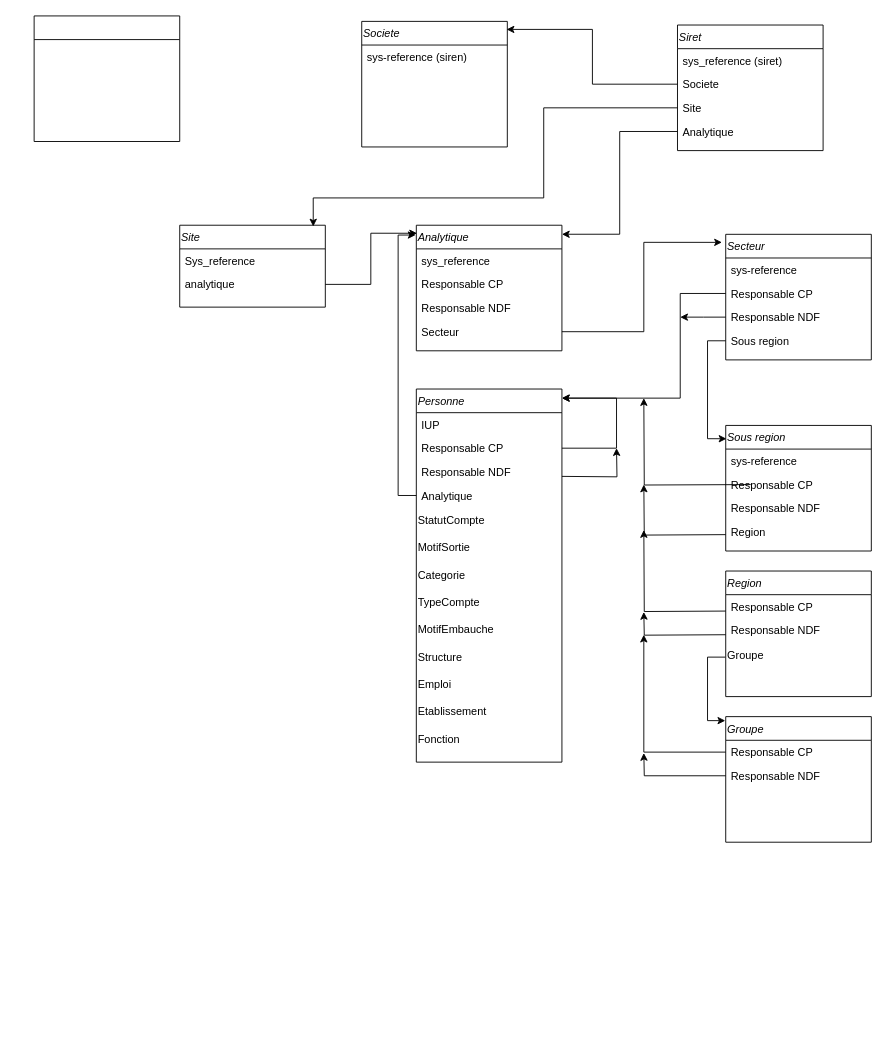
This is Diagramme sans nom.drawio from Jlassalle/hello-world, a draw.io file, before an edit. Source tidied: cells renumbered, new cells numbered last; positions are measured from the earlier drawing's top-left corner, leaving out a move shared by most shapes. Both pictures are drawn from the tidied source at 91%, with x=0, y=0 at pixel (34, 15).
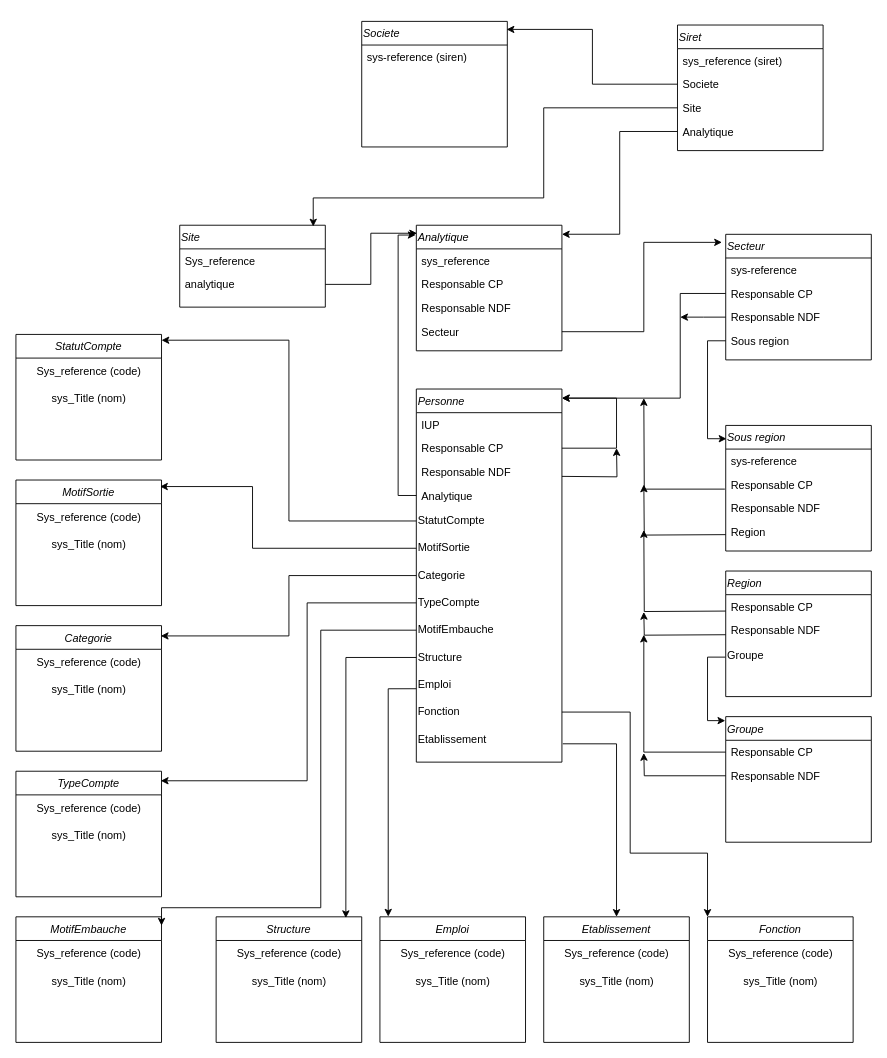
The same page after the edit.

Commit message (it also covers changes not shown here):
Mettre à jour Diagramme sans nom.drawio

The change refers to these unchanged cells:
```xml
<mxCell id="7" value="Personne" style="swimlane;fontStyle=2;align=left;verticalAlign=top;horizontal=1;startSize=26;rounded=0;shadow=0;strokeWidth=1;" parent="1" vertex="1">
  <mxGeometry x="420" y="410" width="160" height="410" as="geometry" />
</mxCell>
<mxCell id="13" value="StatutCompte" style="text;html=1;align=left;verticalAlign=middle;points=[];strokeColor=none;fillColor=none;" parent="7" vertex="1">
  <mxGeometry y="130" width="160" height="30" as="geometry" />
</mxCell>
<mxCell id="14" value="MotifSortie" style="text;html=1;align=left;verticalAlign=middle;points=[];strokeColor=none;fillColor=none;" parent="7" vertex="1">
  <mxGeometry y="160" width="160" height="30" as="geometry" />
</mxCell>
<mxCell id="15" value="Categorie" style="text;html=1;align=left;verticalAlign=middle;points=[];strokeColor=none;fillColor=none;" parent="7" vertex="1">
  <mxGeometry y="190" width="160" height="30" as="geometry" />
</mxCell>
<mxCell id="16" value="TypeCompte" style="text;html=1;align=left;verticalAlign=middle;points=[];strokeColor=none;fillColor=none;" parent="7" vertex="1">
  <mxGeometry y="220" width="160" height="30" as="geometry" />
</mxCell>
<mxCell id="17" value="MotifEmbauche" style="text;html=1;align=left;verticalAlign=middle;points=[];strokeColor=none;fillColor=none;" parent="7" vertex="1">
  <mxGeometry y="250" width="160" height="30" as="geometry" />
</mxCell>
<mxCell id="18" value="Structure" style="text;html=1;align=left;verticalAlign=middle;points=[];strokeColor=none;fillColor=none;" parent="7" vertex="1">
  <mxGeometry y="280" width="160" height="30" as="geometry" />
</mxCell>
<mxCell id="19" value="Emploi" style="text;html=1;align=left;verticalAlign=middle;points=[];strokeColor=none;fillColor=none;" parent="7" vertex="1">
  <mxGeometry y="310" width="160" height="30" as="geometry" />
</mxCell>
<mxCell id="40" value="Responsable CP" style="text;align=left;verticalAlign=top;spacingLeft=4;spacingRight=4;overflow=hidden;points=[[0,0.5],[1,0.5]];portConstraint=eastwest;rounded=0;shadow=0;html=0;" parent="38" vertex="1">
  <mxGeometry y="52" width="160" height="26" as="geometry" />
</mxCell>
```

Change to the diagram source:
```diff
@@
+    <mxCell id="21" value="Fonction" style="text;html=1;align=left;verticalAlign=middle;points=[];strokeColor=none;fillColor=none;" parent="7" vertex="1">
+      <mxGeometry y="340" width="160" height="30" as="geometry" />
+    </mxCell>
     <mxCell id="20" value="Etablissement" style="text;html=1;align=left;verticalAlign=middle;points=[];strokeColor=none;fillColor=none;" parent="7" vertex="1">
-      <mxGeometry y="340" width="160" height="30" as="geometry" />
+      <mxGeometry y="370" width="160" height="30" as="geometry" />
     </mxCell>
-    <mxCell id="21" value="Fonction" style="text;html=1;align=left;verticalAlign=middle;points=[];strokeColor=none;fillColor=none;" parent="7" vertex="1">
-      <mxGeometry y="370" width="160" height="30" as="geometry" />
-    </mxCell>
@@
-    <mxCell id="37" style="swimlane;fontStyle=2;align=left;verticalAlign=top;horizontal=1;startSize=26;rounded=0;shadow=0;strokeWidth=1;" parent="1" vertex="1">
-      <mxGeometry width="160" height="138" as="geometry" />
-    </mxCell>
@@
-    <mxCell id="52" style="edgeStyle=orthogonalEdgeStyle;rounded=0;orthogonalLoop=1;jettySize=auto;html=1;align=left;" parent="1" edge="1">
+    <mxCell id="52" style="edgeStyle=orthogonalEdgeStyle;rounded=0;jettySize=auto;html=1;align=left;exitX=-0.006;exitY=0.692;exitDx=0;exitDy=0;exitPerimeter=0;" parent="1" edge="1" source="40">
       <mxGeometry relative="1" as="geometry">
-        <mxPoint x="787.4" y="515" as="sourcePoint" />
         <mxPoint x="670" y="420" as="targetPoint" />
       </mxGeometry>
     </mxCell>
@@
+    <mxCell id="67" value="StatutCompte" style="swimlane;fontStyle=2;align=center;verticalAlign=top;horizontal=1;startSize=26;rounded=0;shadow=0;strokeWidth=1;" parent="1" vertex="1">
+      <mxGeometry x="-20" y="350" width="160" height="138" as="geometry" />
+    </mxCell>
+    <mxCell id="68" value="Sys_reference (code)" style="text;html=1;align=center;verticalAlign=middle;strokeColor=none;fillColor=none;" parent="67" vertex="1">
+      <mxGeometry y="26" width="160" height="30" as="geometry" />
+    </mxCell>
+    <mxCell id="69" value="sys_Title (nom)" style="text;html=1;align=center;verticalAlign=middle;strokeColor=none;fillColor=none;" parent="67" vertex="1">
+      <mxGeometry y="56" width="160" height="30" as="geometry" />
+    </mxCell>
+    <mxCell id="70" value="MotifSortie" style="swimlane;fontStyle=2;align=center;verticalAlign=top;horizontal=1;startSize=26;rounded=0;shadow=0;strokeWidth=1;" parent="1" vertex="1">
+      <mxGeometry x="-20" y="510" width="160" height="138" as="geometry" />
+    </mxCell>
+    <mxCell id="71" value="Sys_reference (code)" style="text;html=1;align=center;verticalAlign=middle;strokeColor=none;fillColor=none;" parent="70" vertex="1">
+      <mxGeometry y="26" width="160" height="30" as="geometry" />
+    </mxCell>
+    <mxCell id="72" value="sys_Title (nom)" style="text;html=1;align=center;verticalAlign=middle;strokeColor=none;fillColor=none;" parent="70" vertex="1">
+      <mxGeometry y="56" width="160" height="30" as="geometry" />
+    </mxCell>
+    <mxCell id="73" value="Categorie" style="swimlane;fontStyle=2;align=center;verticalAlign=top;horizontal=1;startSize=26;rounded=0;shadow=0;strokeWidth=1;" parent="1" vertex="1">
+      <mxGeometry x="-20" y="670" width="160" height="138" as="geometry" />
+    </mxCell>
+    <mxCell id="74" value="Sys_reference (code)" style="text;html=1;align=center;verticalAlign=middle;strokeColor=none;fillColor=none;" parent="73" vertex="1">
+      <mxGeometry y="26" width="160" height="30" as="geometry" />
+    </mxCell>
+    <mxCell id="75" value="sys_Title (nom)" style="text;html=1;align=center;verticalAlign=middle;strokeColor=none;fillColor=none;" parent="73" vertex="1">
+      <mxGeometry y="56" width="160" height="30" as="geometry" />
+    </mxCell>
+    <mxCell id="76" value="TypeCompte" style="swimlane;fontStyle=2;align=center;verticalAlign=top;horizontal=1;startSize=26;rounded=0;shadow=0;strokeWidth=1;" parent="1" vertex="1">
+      <mxGeometry x="-20" y="830" width="160" height="138" as="geometry" />
+    </mxCell>
+    <mxCell id="77" value="Sys_reference (code)" style="text;html=1;align=center;verticalAlign=middle;strokeColor=none;fillColor=none;" parent="76" vertex="1">
+      <mxGeometry y="26" width="160" height="30" as="geometry" />
+    </mxCell>
+    <mxCell id="78" value="sys_Title (nom)" style="text;html=1;align=center;verticalAlign=middle;strokeColor=none;fillColor=none;" parent="76" vertex="1">
+      <mxGeometry y="56" width="160" height="30" as="geometry" />
+    </mxCell>
+    <mxCell id="79" value="MotifEmbauche" style="swimlane;fontStyle=2;align=center;verticalAlign=top;horizontal=1;startSize=26;rounded=0;shadow=0;strokeWidth=1;" parent="1" vertex="1">
+      <mxGeometry x="-20" y="990" width="160" height="138" as="geometry" />
+    </mxCell>
+    <mxCell id="80" value="Sys_reference (code)" style="text;html=1;align=center;verticalAlign=middle;strokeColor=none;fillColor=none;" parent="79" vertex="1">
+      <mxGeometry y="26" width="160" height="30" as="geometry" />
+    </mxCell>
+    <mxCell id="81" value="sys_Title (nom)" style="text;html=1;align=center;verticalAlign=middle;strokeColor=none;fillColor=none;" parent="79" vertex="1">
+      <mxGeometry y="56" width="160" height="30" as="geometry" />
+    </mxCell>
+    <mxCell id="82" value="Structure" style="swimlane;fontStyle=2;align=center;verticalAlign=top;horizontal=1;startSize=26;rounded=0;shadow=0;strokeWidth=1;" parent="1" vertex="1">
+      <mxGeometry x="200" y="990" width="160" height="138" as="geometry" />
+    </mxCell>
+    <mxCell id="83" value="Sys_reference (code)" style="text;html=1;align=center;verticalAlign=middle;strokeColor=none;fillColor=none;" parent="82" vertex="1">
+      <mxGeometry y="26" width="160" height="30" as="geometry" />
+    </mxCell>
+    <mxCell id="84" value="sys_Title (nom)" style="text;html=1;align=center;verticalAlign=middle;strokeColor=none;fillColor=none;" parent="82" vertex="1">
+      <mxGeometry y="56" width="160" height="30" as="geometry" />
+    </mxCell>
+    <mxCell id="85" value="Emploi" style="swimlane;fontStyle=2;align=center;verticalAlign=top;horizontal=1;startSize=26;rounded=0;shadow=0;strokeWidth=1;" parent="1" vertex="1">
+      <mxGeometry x="380" y="990" width="160" height="138" as="geometry" />
+    </mxCell>
+    <mxCell id="86" value="Sys_reference (code)" style="text;html=1;align=center;verticalAlign=middle;strokeColor=none;fillColor=none;" parent="85" vertex="1">
+      <mxGeometry y="26" width="160" height="30" as="geometry" />
+    </mxCell>
+    <mxCell id="87" value="sys_Title (nom)" style="text;html=1;align=center;verticalAlign=middle;strokeColor=none;fillColor=none;" parent="85" vertex="1">
+      <mxGeometry y="56" width="160" height="30" as="geometry" />
+    </mxCell>
+    <mxCell id="88" value="Etablissement" style="swimlane;fontStyle=2;align=center;verticalAlign=top;horizontal=1;startSize=26;rounded=0;shadow=0;strokeWidth=1;" parent="1" vertex="1">
+      <mxGeometry x="560" y="990" width="160" height="138" as="geometry" />
+    </mxCell>
+    <mxCell id="89" value="Sys_reference (code)" style="text;html=1;align=center;verticalAlign=middle;strokeColor=none;fillColor=none;" parent="88" vertex="1">
+      <mxGeometry y="26" width="160" height="30" as="geometry" />
+    </mxCell>
+    <mxCell id="90" value="sys_Title (nom)" style="text;html=1;align=center;verticalAlign=middle;strokeColor=none;fillColor=none;" parent="88" vertex="1">
+      <mxGeometry y="56" width="160" height="30" as="geometry" />
+    </mxCell>
+    <mxCell id="91" value="Fonction" style="swimlane;fontStyle=2;align=center;verticalAlign=top;horizontal=1;startSize=26;rounded=0;shadow=0;strokeWidth=1;" parent="1" vertex="1">
+      <mxGeometry x="740" y="990" width="160" height="138" as="geometry" />
+    </mxCell>
+    <mxCell id="92" value="Sys_reference (code)" style="text;html=1;align=center;verticalAlign=middle;strokeColor=none;fillColor=none;" parent="91" vertex="1">
+      <mxGeometry y="26" width="160" height="30" as="geometry" />
+    </mxCell>
+    <mxCell id="93" value="sys_Title (nom)" style="text;html=1;align=center;verticalAlign=middle;strokeColor=none;fillColor=none;" parent="91" vertex="1">
+      <mxGeometry y="56" width="160" height="30" as="geometry" />
+    </mxCell>
+    <mxCell id="94" style="edgeStyle=orthogonalEdgeStyle;rounded=0;jettySize=auto;html=1;entryX=1;entryY=0.046;entryDx=0;entryDy=0;entryPerimeter=0;" parent="1" edge="1" source="13" target="67">
+      <mxGeometry relative="1" as="geometry" />
+    </mxCell>
+    <mxCell id="95" style="edgeStyle=orthogonalEdgeStyle;rounded=0;jettySize=auto;html=1;entryX=0.99;entryY=0.052;entryDx=0;entryDy=0;entryPerimeter=0;" parent="1" edge="1" source="14" target="70">
+      <mxGeometry relative="1" as="geometry">
+        <Array as="points">
+          <mxPoint x="240" y="585" />
+          <mxPoint x="240" y="517" />
+        </Array>
+      </mxGeometry>
+    </mxCell>
+    <mxCell id="96" style="edgeStyle=orthogonalEdgeStyle;rounded=0;jettySize=auto;html=1;entryX=0.995;entryY=0.082;entryDx=0;entryDy=0;entryPerimeter=0;" parent="1" edge="1" source="15" target="73">
+      <mxGeometry relative="1" as="geometry" />
+    </mxCell>
+    <mxCell id="97" style="edgeStyle=orthogonalEdgeStyle;rounded=0;jettySize=auto;html=1;entryX=0.995;entryY=0.076;entryDx=0;entryDy=0;entryPerimeter=0;" parent="1" edge="1" source="16" target="76">
+      <mxGeometry relative="1" as="geometry">
+        <Array as="points">
+          <mxPoint x="300" y="645" />
+          <mxPoint x="300" y="841" />
+        </Array>
+      </mxGeometry>
+    </mxCell>
+    <mxCell id="98" style="edgeStyle=orthogonalEdgeStyle;rounded=0;jettySize=auto;html=1;entryX=1;entryY=0.07;entryDx=0;entryDy=0;entryPerimeter=0;" parent="1" edge="1" source="17" target="79">
+      <mxGeometry relative="1" as="geometry">
+        <Array as="points">
+          <mxPoint x="315" y="675" />
+          <mxPoint x="315" y="980" />
+          <mxPoint x="140" y="980" />
+        </Array>
+      </mxGeometry>
+    </mxCell>
+    <mxCell id="99" style="edgeStyle=orthogonalEdgeStyle;rounded=0;jettySize=auto;html=1;entryX=0.891;entryY=0.01;entryDx=0;entryDy=0;entryPerimeter=0;" parent="1" edge="1" source="18" target="82">
+      <mxGeometry relative="1" as="geometry" />
+    </mxCell>
+    <mxCell id="100" style="edgeStyle=orthogonalEdgeStyle;rounded=0;jettySize=auto;html=1;entryX=0.057;entryY=-0.002;entryDx=0;entryDy=0;entryPerimeter=0;exitX=-0.001;exitY=0.645;exitDx=0;exitDy=0;exitPerimeter=0;" parent="1" edge="1" source="19" target="85">
+      <mxGeometry relative="1" as="geometry" />
+    </mxCell>
+    <mxCell id="101" style="edgeStyle=orthogonalEdgeStyle;rounded=0;jettySize=auto;html=1;entryX=0;entryY=0;entryDx=0;entryDy=0;" parent="1" edge="1" source="21" target="91">
+      <mxGeometry relative="1" as="geometry">
+        <Array as="points">
+          <mxPoint x="655" y="765" />
+          <mxPoint x="655" y="920" />
+          <mxPoint x="740" y="920" />
+        </Array>
+      </mxGeometry>
+    </mxCell>
+    <mxCell id="102" style="edgeStyle=orthogonalEdgeStyle;rounded=0;jettySize=auto;html=1;entryX=0.5;entryY=0;entryDx=0;entryDy=0;exitX=1.006;exitY=0.662;exitDx=0;exitDy=0;exitPerimeter=0;" parent="1" edge="1" source="20" target="88">
+      <mxGeometry relative="1" as="geometry" />
+    </mxCell>
```
